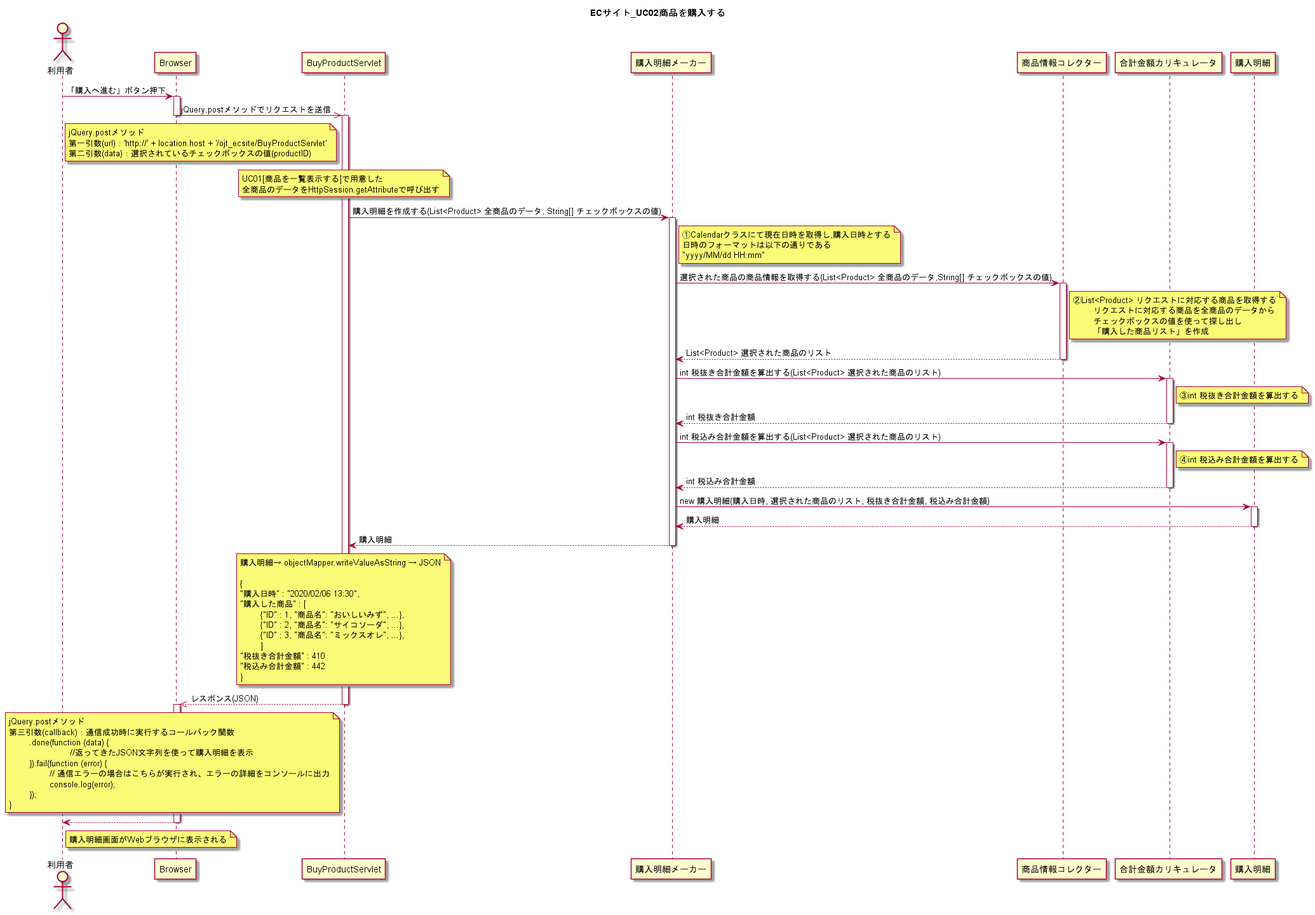
Before: UML/ECサイト_UC02商品を購入する.png, a diagram exported from PlantUML (wnakayama/ojt_ecsite).
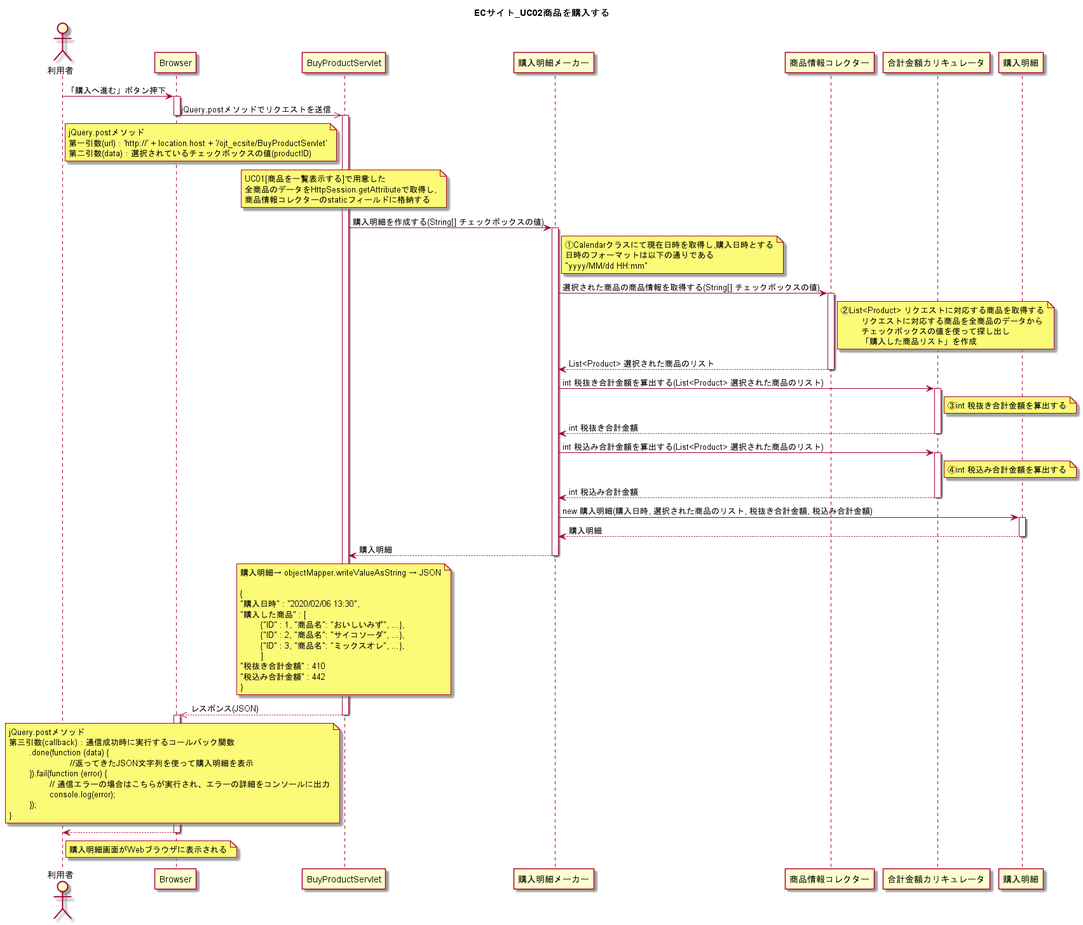
After the commit.

The edit, as a diff of the source:
```diff
@@ -18,10 +18,11 @@
 
 	note over BuyProductServlet
 	UC01[商品を一覧表示する]で用意した
-	全商品のデータをHttpSession.getAttributeで呼び出す
+	全商品のデータをHttpSession.getAttributeで取得し,
+	商品情報コレクターのstaticフィールドに格納する
 	end note
 
-BuyProductServlet -> 購入明細メーカー : 購入明細を作成する(List<Product> 全商品のデータ, String[] チェックボックスの値)
+BuyProductServlet -> 購入明細メーカー : 購入明細を作成する(String[] チェックボックスの値)
 activate 購入明細メーカー
 
 	note right of 購入明細メーカー
@@ -31,7 +32,7 @@
 	end note
 
 
-購入明細メーカー -> 商品情報コレクター : 選択された商品の商品情報を取得する(List<Product> 全商品のデータ,String[] チェックボックスの値)
+購入明細メーカー -> 商品情報コレクター : 選択された商品の商品情報を取得する(String[] チェックボックスの値)
 activate 商品情報コレクター
 	note right of 商品情報コレクター
 	②List<Product> リクエストに対応する商品を取得する
```
